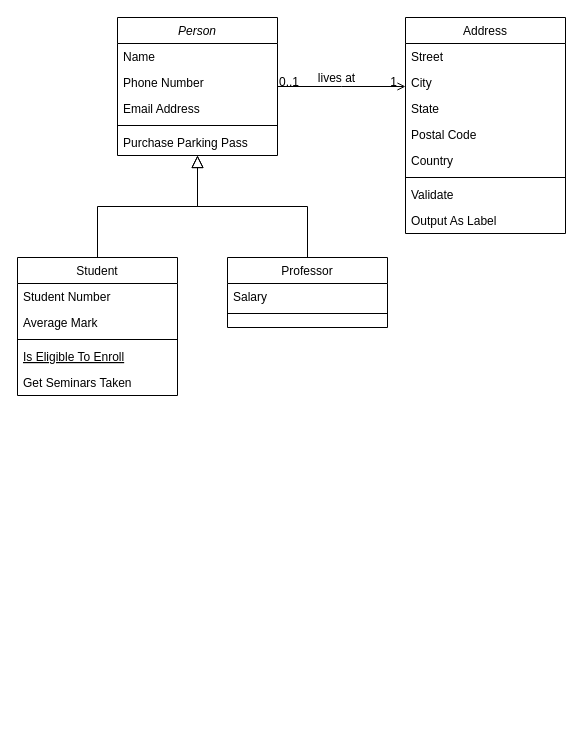
Above: tproxy/未命名绘图.drawio in guci314/brook (draw.io), before the change. Source tidied: cells renumbered, new cells numbered last; positions are measured from the earlier drawing's top-left corner, leaving out a move shared by most shapes. Both pictures are drawn from the tidied source at 100%, with x=0, y=0 at pixel (17, 17).
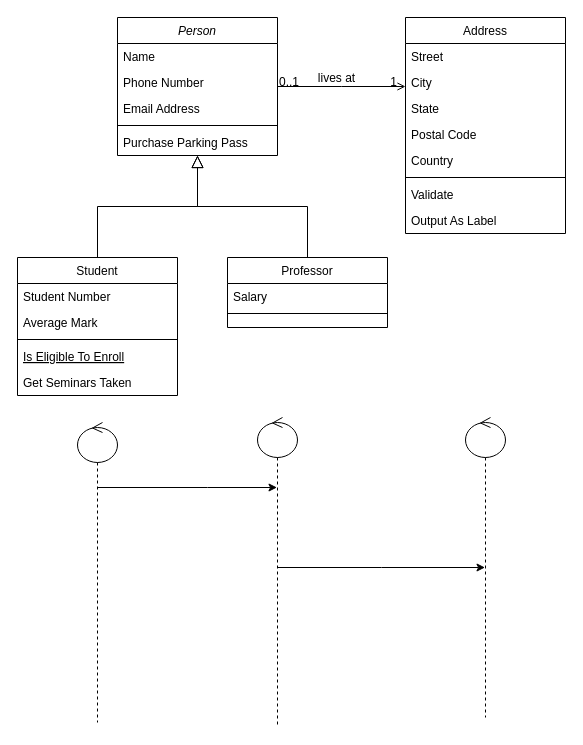
Above is the later version.

Commit message:
更新未命名绘图.drawio

Change to the diagram source:
```diff
@@
+    <mxCell id="32" style="edgeStyle=elbowEdgeStyle;rounded=0;jettySize=auto;html=1;elbow=vertical;curved=0;" parent="1" edge="1" source="33" target="35">
+      <mxGeometry relative="1" as="geometry">
+        <Array as="points">
+          <mxPoint x="190" y="470" />
+        </Array>
+      </mxGeometry>
+    </mxCell>
+    <mxCell id="33" style="shape=umlLifeline;perimeter=lifelinePerimeter;whiteSpace=wrap;html=1;outlineConnect=0;portConstraint=eastwest;newEdgeStyle={&quot;edgeStyle&quot;:&quot;elbowEdgeStyle&quot;,&quot;elbow&quot;:&quot;vertical&quot;,&quot;curved&quot;:0,&quot;rounded&quot;:0};participant=umlControl;" parent="1" vertex="1">
+      <mxGeometry x="60" y="405" width="40" height="300" as="geometry" />
+    </mxCell>
+    <mxCell id="34" style="edgeStyle=elbowEdgeStyle;rounded=0;jettySize=auto;html=1;elbow=vertical;curved=0;" parent="1" edge="1" source="35" target="36">
+      <mxGeometry relative="1" as="geometry" />
+    </mxCell>
+    <mxCell id="35" style="shape=umlLifeline;perimeter=lifelinePerimeter;whiteSpace=wrap;html=1;outlineConnect=0;portConstraint=eastwest;newEdgeStyle={&quot;edgeStyle&quot;:&quot;elbowEdgeStyle&quot;,&quot;elbow&quot;:&quot;vertical&quot;,&quot;curved&quot;:0,&quot;rounded&quot;:0};participant=umlControl;" parent="1" vertex="1">
+      <mxGeometry x="240" y="400" width="40" height="310" as="geometry" />
+    </mxCell>
+    <mxCell id="36" style="shape=umlLifeline;perimeter=lifelinePerimeter;whiteSpace=wrap;html=1;outlineConnect=0;portConstraint=eastwest;newEdgeStyle={&quot;edgeStyle&quot;:&quot;elbowEdgeStyle&quot;,&quot;elbow&quot;:&quot;vertical&quot;,&quot;curved&quot;:0,&quot;rounded&quot;:0};participant=umlControl;" parent="1" vertex="1">
+      <mxGeometry x="448" y="400" width="40" height="300" as="geometry" />
+    </mxCell>
```
